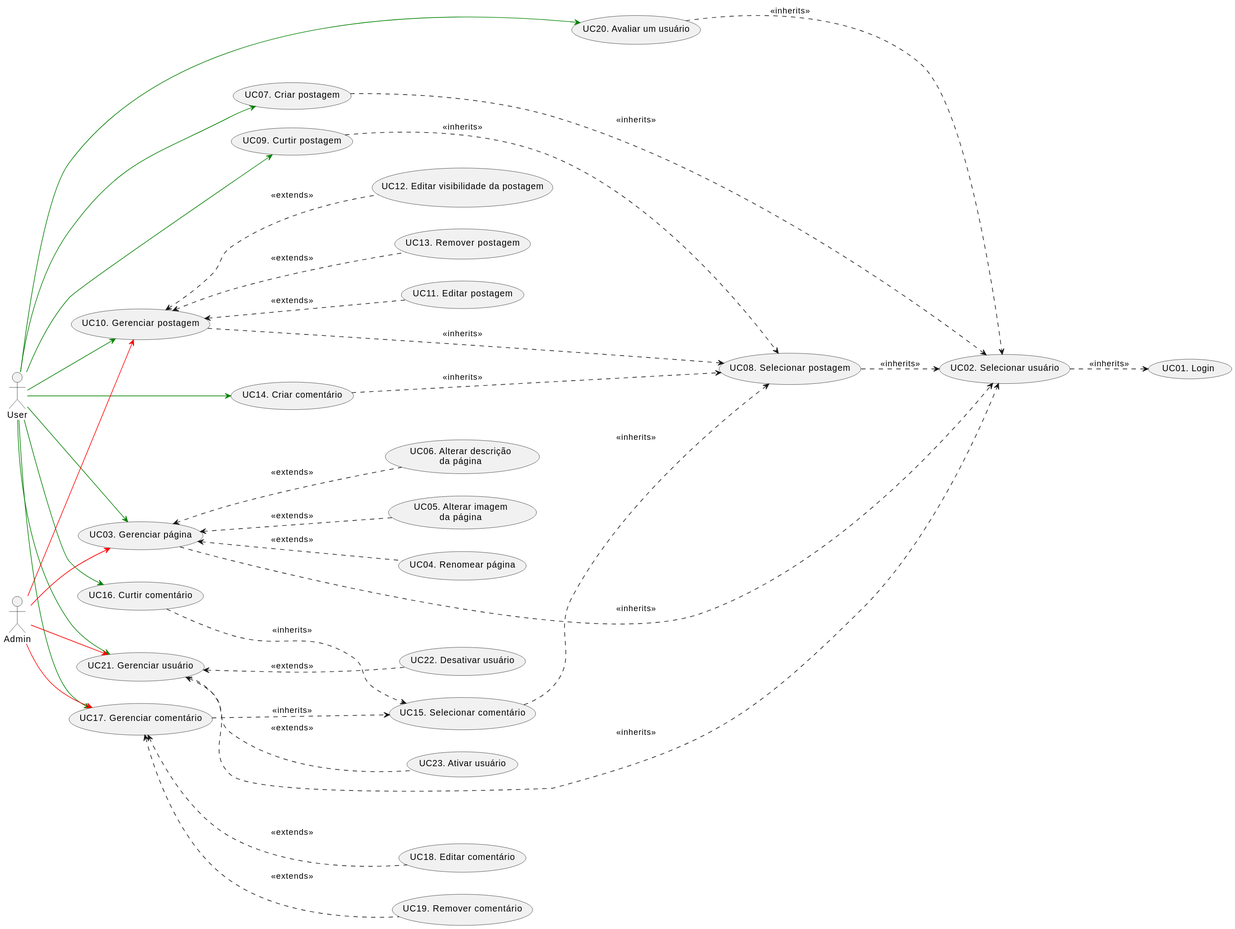
Before: diagrams/usecase.svg, a diagram exported from PlantUML (jlvlg/Pentagon).
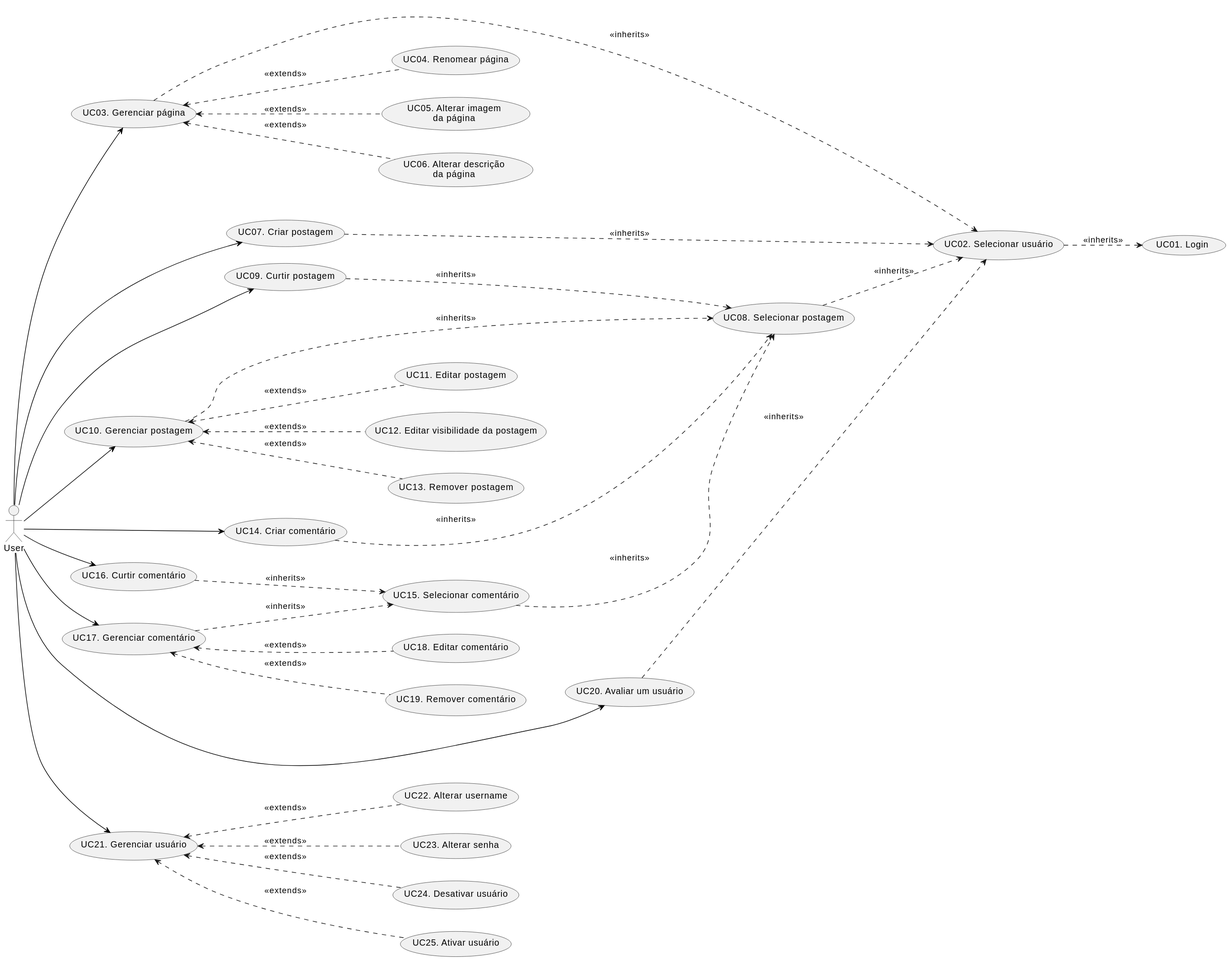
The same file after the commit.

Diff of the diagram source:
```diff
@@ -3,7 +3,6 @@
 left to right direction
 
 actor User
-actor Admin
 
 usecase "UC01. Login" as U1
 usecase "UC02. Selecionar usuário" as U2
@@ -33,23 +32,20 @@
 usecase "UC20. Avaliar um usuário" as U20
 
 usecase "UC21. Gerenciar usuário" as U21
-usecase "UC22. Desativar usuário" as U22
-usecase "UC23. Ativar usuário" as U23
+usecase "UC22. Alterar username" as U22
+usecase "UC23. Alterar senha" as U23
+usecase "UC24. Desativar usuário" as U24
+usecase "UC25. Ativar usuário" as U25
 
-User -[#green]-> U3
-User -[#green]-> U7
-User -[#green]-> U9
-User -[#green]-> U10
-User -[#green]-> U14
-User -[#green]-> U16
-User -[#green]-> U17
-User -[#green]-> U20
-User -[#green]-> U21
-
-Admin -[#red]-> U3
-Admin -[#red]-> U10
-Admin -[#red]-> U17
-Admin -[#red]-> U21
+User -[#black]-> U3
+User -[#black]-> U7
+User -[#black]-> U9
+User -[#black]-> U10
+User -[#black]-> U14
+User -[#black]-> U16
+User -[#black]-> U17
+User -[#black]-> U20
+User -[#black]-> U21
 
 U2 ..> U1 : <<inherits>>
 
@@ -78,8 +74,9 @@
 U17 <.. U19 : <<extends>>
 
 U20 ..> U2 : <<inherits>>
-U21 ..> U2 : <<inherits>>
 
 U21 <.. U22 : <<extends>>
 U21 <.. U23 : <<extends>>
+U21 <.. U24 : <<extends>>
+U21 <.. U25 : <<extends>>
 @enduml
```
